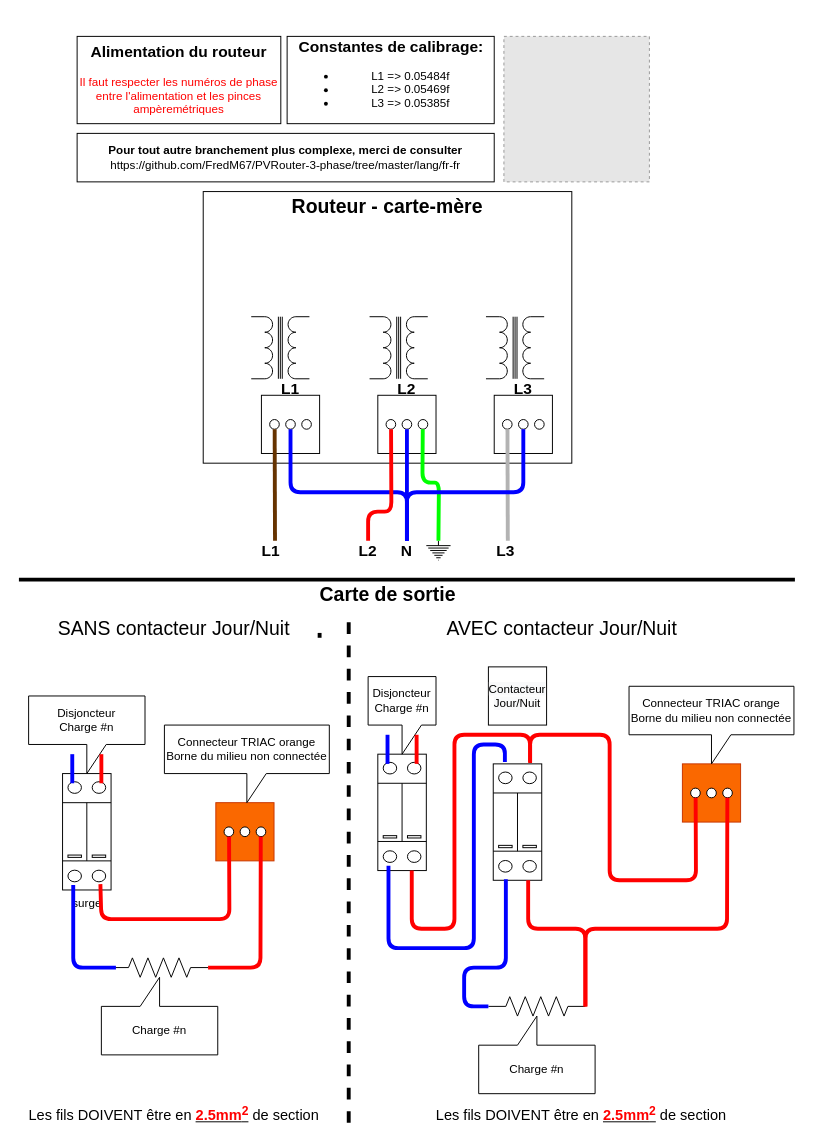
Earlier version of the draw.io diagram docs/HowToInstall.drawio (FredM67/PVRouter-3-phase). Source tidied: cells renumbered, new cells numbered last; positions are measured from the earlier drawing's top-left corner, leaving out a move shared by most shapes. Both pictures are drawn from the tidied source at 97%, with x=0, y=0 at pixel (18, 36). Pictures stored in the file or linked from it are replaced by grey dashed boxes.
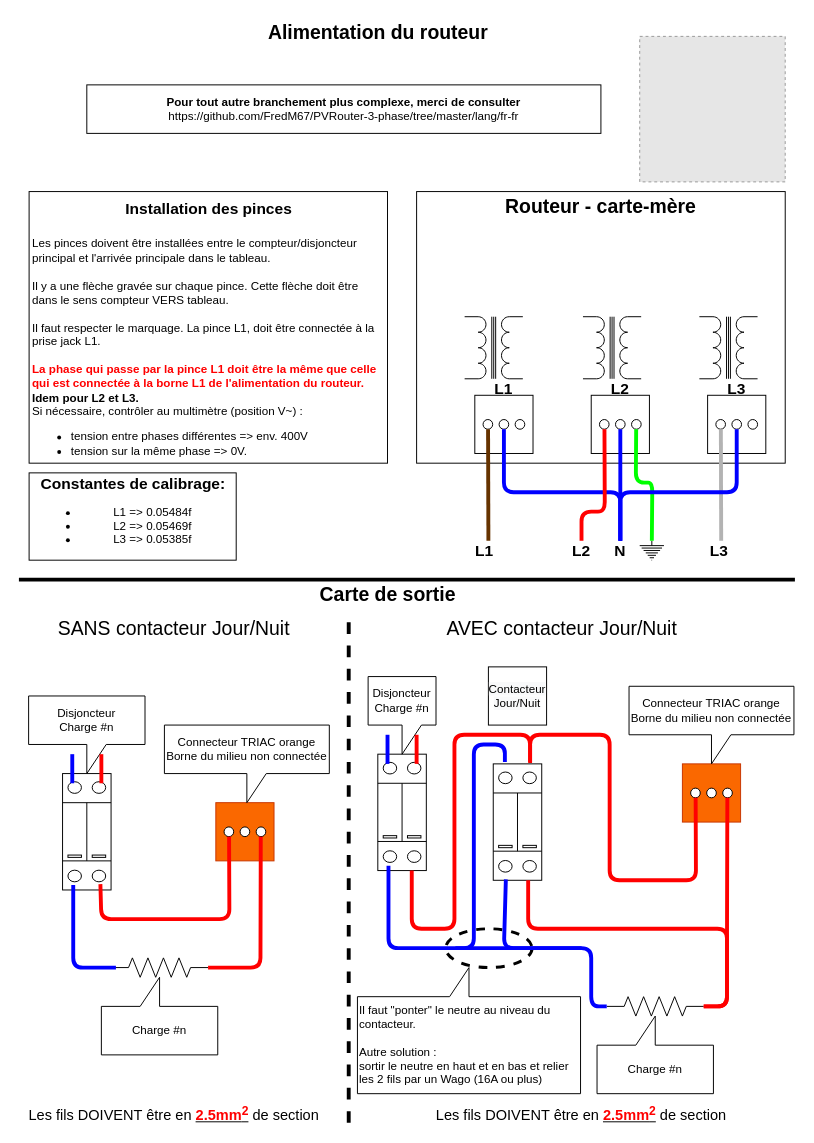
Above is the later version.

Commit message (it also covers changes not shown here):
More details + fix schematic

Unchanged cells that the change refers to:
```xml
<mxCell id="33" style="group;" parent="1" vertex="1">
  <mxGeometry x="339" y="620" width="460" height="470" as="geometry" />
</mxCell>
<mxCell id="35" style="verticalLabelPosition=bottom;shadow=0;dashed=0;align=center;html=1;verticalAlign=top;shape=mxgraph.electrical.transmission.terminal_3_phase;" parent="33" vertex="1">
  <mxGeometry x="353.5" y="155" width="43" height="10" as="geometry" />
</mxCell>
<mxCell id="44" style="verticalLabelPosition=bottom;dashed=0;shadow=0;html=1;align=center;verticalAlign=top;shape=mxgraph.cabinets.surge_protection_2p;" parent="33" vertex="1">
  <mxGeometry x="150" y="130" width="50" height="120" as="geometry" />
</mxCell>
<mxCell id="66" value="SANS contacteur Jour/Nuit" style="text;html=1;strokeColor=none;fillColor=none;align=center;verticalAlign=middle;whiteSpace=wrap;rounded=0;fontSize=20;" parent="1" vertex="1">
  <mxGeometry x="10" y="600" width="300" height="20" as="geometry" />
</mxCell>
```

The edit, as a diff of the source:
```diff
@@
     <mxCell id="2" value="&lt;b&gt;&lt;font style=&quot;font-size: 16px&quot;&gt;Constantes de calibrage:&lt;/font&gt;&lt;/b&gt;&lt;br&gt;&lt;ul&gt;&lt;li&gt;&lt;span&gt;L1 =&amp;gt;&amp;nbsp;&lt;/span&gt;0.05484f&lt;br&gt;&lt;/li&gt;&lt;li&gt;L2 =&amp;gt; 0.05469f&lt;br&gt;&lt;/li&gt;&lt;li&gt;L3 =&amp;gt; 0.05385f&lt;br&gt;&lt;/li&gt;&lt;/ul&gt;" style="rounded=0;whiteSpace=wrap;html=1;" parent="1" vertex="1">
-      <mxGeometry x="276.5" width="213.5" height="90" as="geometry" />
+      <mxGeometry x="10.5" y="450" width="213.5" height="90" as="geometry" />
     </mxCell>
-    <mxCell id="3" value="&lt;span style=&quot;font-size: 16px&quot;&gt;&lt;b&gt;Alimentation du routeur&lt;br&gt;&lt;/b&gt;&lt;/span&gt;&lt;font&gt;&lt;br&gt;&lt;div&gt;&lt;span&gt;&lt;font color=&quot;#ff0000&quot;&gt;Il faut respecter les numéros de phase entre l'alimentation et les pinces ampèremétriques&lt;/font&gt;&lt;/span&gt;&lt;/div&gt;&lt;/font&gt;" style="rounded=0;whiteSpace=wrap;html=1;" parent="1" vertex="1">
-      <mxGeometry x="60" width="210" height="90" as="geometry" />
-    </mxCell>
     <mxCell id="4" value="&lt;b style=&quot;font-size: 12px&quot;&gt;Pour tout autre branchement plus complexe, merci de consulter&lt;br&gt;&lt;/b&gt;https://github.com/FredM67/PVRouter-3-phase/tree/master/lang/fr-fr&lt;b style=&quot;font-size: 12px&quot;&gt;&lt;br&gt;&lt;/b&gt;" style="rounded=0;whiteSpace=wrap;html=1;" parent="1" vertex="1">
-      <mxGeometry x="60" y="100" width="430" height="50" as="geometry" />
+      <mxGeometry x="70" y="50" width="530" height="50" as="geometry" />
     </mxCell>
     <mxCell id="5" style="fillColor=#E6E6E6;strokeColor=#999999;dashed=1;verticalLabelPosition=bottom;verticalAlign=top;" parent="1" vertex="1">
-      <mxGeometry x="500" width="150" height="150" as="geometry" />
+      <mxGeometry x="640" width="150" height="150" as="geometry" />
     </mxCell>
     <mxCell id="6" style="group;" parent="1" vertex="1">
-      <mxGeometry x="190" y="160" width="380" height="380" as="geometry" />
+      <mxGeometry x="410" y="160" width="380" height="380" as="geometry" />
     </mxCell>
@@
+    <mxCell id="71" style="ellipse;whiteSpace=wrap;html=1;dashed=1;strokeWidth=3;" parent="33" vertex="1">
+      <mxGeometry x="101" y="300" width="89" height="40" as="geometry" />
+    </mxCell>
@@
     <mxCell id="39" style="verticalLabelPosition=bottom;shadow=0;dashed=0;align=center;html=1;verticalAlign=top;shape=mxgraph.electrical.resistors.resistor_2;" parent="33" vertex="1">
-      <mxGeometry x="145" y="370" width="100" height="20" as="geometry" />
+      <mxGeometry x="267" y="370" width="100" height="20" as="geometry" />
     </mxCell>
     <mxCell id="40" value="Charge #n" style="shape=callout;whiteSpace=wrap;html=1;perimeter=calloutPerimeter;direction=west;" parent="33" vertex="1">
-      <mxGeometry x="135" y="390" width="120" height="80" as="geometry" />
+      <mxGeometry x="257" y="390" width="120" height="80" as="geometry" />
     </mxCell>
@@
     <mxCell id="48" style="html=1;exitX=0.88;exitY=1;exitDx=0;exitDy=0;exitPerimeter=0;fillColor=#a20025;strokeWidth=4;strokeColor=#FF0000;endArrow=none;endFill=0;entryX=1;entryY=0.5;entryDx=0;entryDy=0;entryPerimeter=0;" parent="33" edge="1" source="35" target="39">
       <mxGeometry relative="1" as="geometry">
         <Array as="points">
           <mxPoint x="391" y="300" />
-          <mxPoint x="245" y="300" />
+          <mxPoint x="391" y="380" />
         </Array>
       </mxGeometry>
     </mxCell>
     <mxCell id="49" style="html=1;fillColor=#a20025;strokeWidth=4;strokeColor=#FF0000;endArrow=none;endFill=0;entryX=0.72;entryY=1;entryDx=0;entryDy=0;entryPerimeter=0;exitX=1;exitY=0.5;exitDx=0;exitDy=0;exitPerimeter=0;" parent="33" edge="1" source="39" target="44">
       <mxGeometry relative="1" as="geometry">
         <Array as="points">
-          <mxPoint x="245" y="300" />
+          <mxPoint x="391" y="380" />
+          <mxPoint x="391" y="300" />
           <mxPoint x="186" y="300" />
         </Array>
       </mxGeometry>
     </mxCell>
     <mxCell id="50" style="html=1;exitX=0.26;exitY=0.992;exitDx=0;exitDy=0;exitPerimeter=0;entryX=0;entryY=0.5;entryDx=0;entryDy=0;entryPerimeter=0;strokeWidth=4;fillColor=#0050ef;strokeColor=#0000FF;endArrow=none;endFill=0;" parent="33" edge="1" source="44" target="39">
       <mxGeometry x="-100" y="60" as="geometry">
         <Array as="points">
-          <mxPoint x="163" y="340" />
-          <mxPoint x="120" y="340" />
-          <mxPoint x="120" y="380" />
+          <mxPoint x="161" y="320" />
+          <mxPoint x="251" y="320" />
+          <mxPoint x="251" y="380" />
         </Array>
       </mxGeometry>
     </mxCell>
+    <mxCell id="72" style="html=1;strokeWidth=4;fillColor=#0050ef;strokeColor=#0000FF;endArrow=none;endFill=0;" parent="33" edge="1">
+      <mxGeometry x="-283" y="-390" as="geometry">
+        <mxPoint x="241" y="320" as="sourcePoint" />
+        <mxPoint x="111" y="320" as="targetPoint" />
+        <Array as="points">
+          <mxPoint x="161" y="320" />
+        </Array>
+      </mxGeometry>
+    </mxCell>
+    <mxCell id="73" value="Il faut &quot;ponter&quot; le neutre au niveau du contacteur.&lt;br&gt;&lt;br&gt;Autre solution :&lt;br&gt;sortir le neutre en haut et en bas et relier les 2 fils par un Wago (16A ou plus)" style="shape=callout;whiteSpace=wrap;html=1;perimeter=calloutPerimeter;direction=west;align=left;" parent="33" vertex="1">
+      <mxGeometry x="10" y="340" width="230" height="130" as="geometry" />
+    </mxCell>
@@
-    <mxCell id="54" value="surge" style="verticalLabelPosition=bottom;dashed=0;shadow=0;html=1;align=center;verticalAlign=top;shape=mxgraph.cabinets.surge_protection_2p;" parent="1" vertex="1">
+    <mxCell id="54" style="verticalLabelPosition=middle;dashed=0;shadow=0;align=center;verticalAlign=middle;shape=mxgraph.cabinets.surge_protection_2p;labelPosition=center;html=1;" parent="1" vertex="1">
       <mxGeometry x="45" y="760" width="50" height="120" as="geometry" />
     </mxCell>
@@
-    <mxCell id="67" style="edgeStyle=orthogonalEdgeStyle;rounded=0;orthogonalLoop=1;jettySize=auto;html=1;exitX=1;exitY=0.75;exitDx=0;exitDy=0;entryX=1;entryY=1;entryDx=0;entryDy=0;endArrow=none;endFill=0;strokeWidth=4;fontSize=20;" parent="1" edge="1" source="66" target="66">
-      <mxGeometry relative="1" as="geometry" />
-    </mxCell>
@@
+    <mxCell id="74" value="&lt;div&gt;&lt;span style=&quot;font-size: 16px&quot;&gt;&lt;b&gt;Installation des pinces&lt;/b&gt;&lt;/span&gt;&lt;/div&gt;&lt;div&gt;&lt;span style=&quot;font-size: 16px&quot;&gt;&lt;b&gt;&lt;br&gt;&lt;/b&gt;&lt;/span&gt;&lt;/div&gt;&lt;div style=&quot;text-align: left&quot;&gt;&lt;span&gt;Les pinces doivent être installées entre le compteur/disjoncteur principal et l'arrivée principale dans le tableau.&lt;/span&gt;&lt;/div&gt;&lt;div&gt;&lt;span&gt;&lt;br&gt;&lt;/span&gt;&lt;/div&gt;&lt;div style=&quot;text-align: left&quot;&gt;&lt;span&gt;Il y a une flèche gravée sur chaque pince. Cette flèche doit être dans le sens compteur VERS tableau.&lt;/span&gt;&lt;/div&gt;&lt;div style=&quot;text-align: left&quot;&gt;&lt;span&gt;&lt;br&gt;&lt;/span&gt;&lt;/div&gt;&lt;div style=&quot;text-align: left&quot;&gt;&lt;span&gt;Il faut respecter le marquage. La pince L1, doit être connectée à la prise jack L1.&lt;/span&gt;&lt;/div&gt;&lt;div style=&quot;text-align: left&quot;&gt;&lt;span&gt;&lt;br&gt;&lt;font color=&quot;#ff0000&quot;&gt;&lt;b&gt;La phase qui passe par la pince L1 doit être la même que celle qui est connectée à la borne L1 de l'alimentation du routeur.&lt;/b&gt;&lt;/font&gt;&lt;/span&gt;&lt;/div&gt;&lt;div style=&quot;text-align: left&quot;&gt;&lt;b&gt;Idem pour L2 et L3.&lt;/b&gt;&lt;br&gt;Si nécessaire, contrôler au multimètre (position V~) :&lt;br&gt;&lt;ul&gt;&lt;li&gt;tension entre phases différentes =&amp;gt; env. 400V&lt;/li&gt;&lt;li&gt;tension sur la même phase =&amp;gt; 0V.&lt;/li&gt;&lt;/ul&gt;&lt;/div&gt;" style="rounded=0;whiteSpace=wrap;html=1;verticalAlign=top;perimeterSpacing=2;spacing=4;" parent="1" vertex="1">
+      <mxGeometry x="10.5" y="160" width="369.5" height="280" as="geometry" />
+    </mxCell>
+    <mxCell id="75" value="Alimentation du routeur" style="text;html=1;align=center;verticalAlign=middle;fontStyle=1;fontSize=20;" parent="1" vertex="1">
+      <mxGeometry x="250" y="-20" width="240" height="30" as="geometry" />
+    </mxCell>
```
